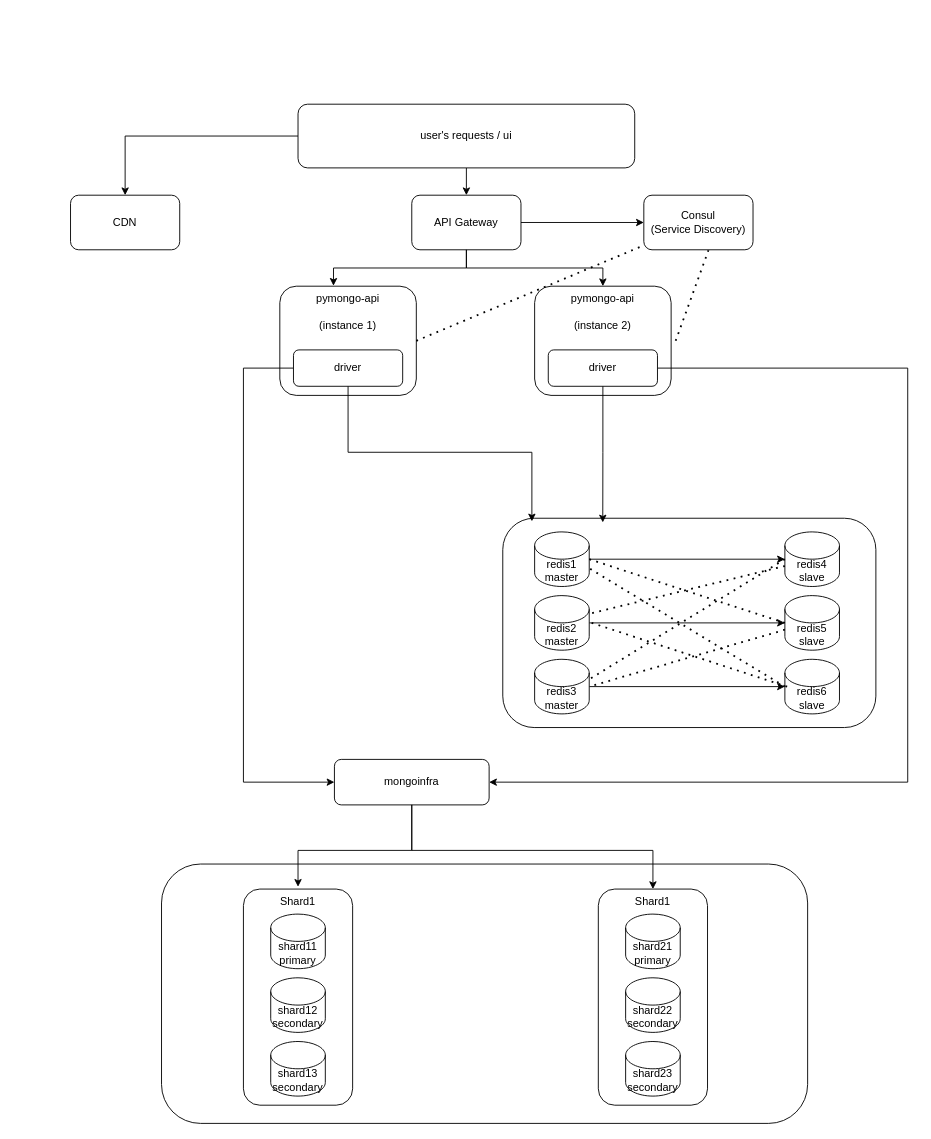
Above: task6_schema5.drawio in evsi92/practicum-sprint-4 (draw.io), before the change. Source tidied: cells renumbered, new cells numbered last; positions are measured from the earlier drawing's top-left corner, leaving out a move shared by most shapes. Both pictures are drawn from the tidied source at 91%, with x=0, y=0 at pixel (70, 104).
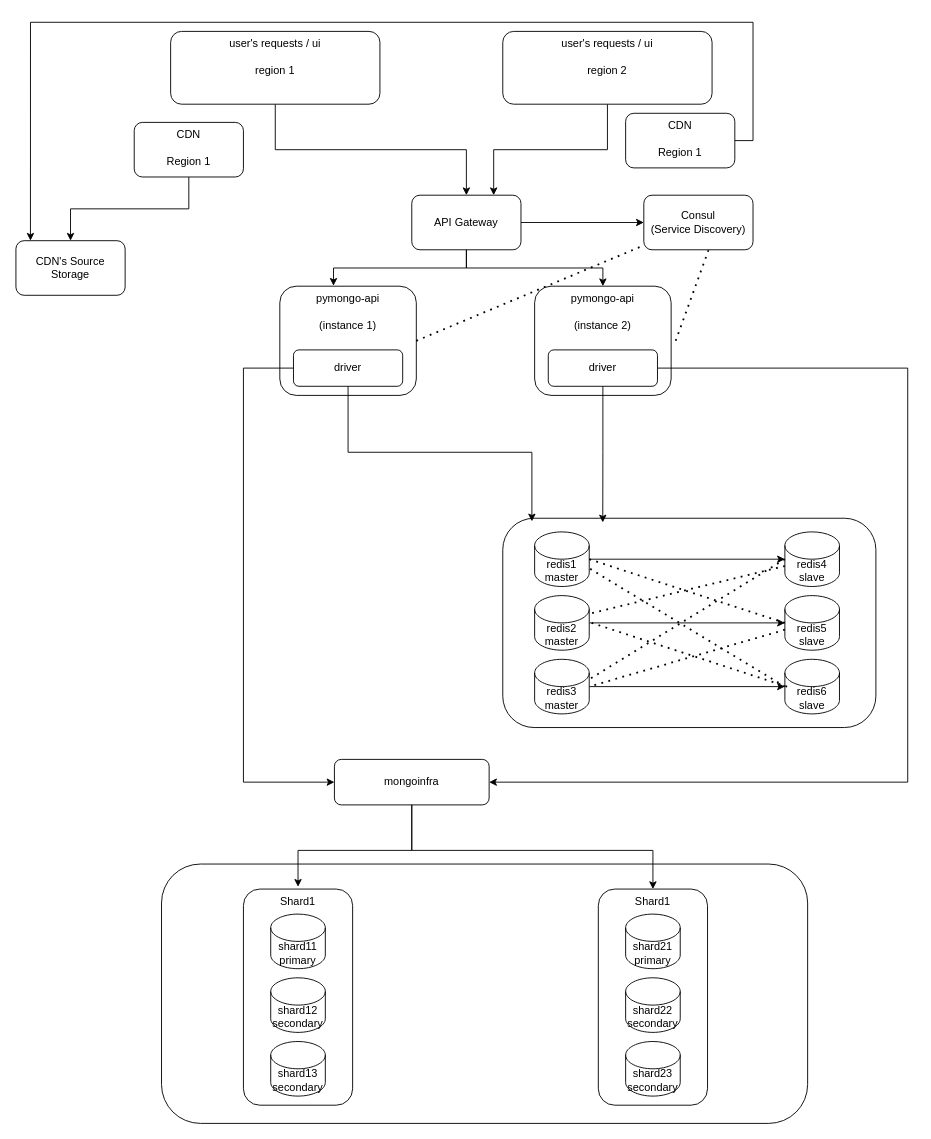
Above is the later version.

Unchanged cells that the change refers to:
```xml
<mxCell id="38" value="API Gateway" style="rounded=1;whiteSpace=wrap;html=1;" parent="1" vertex="1">
  <mxGeometry x="375" y="100" width="120" height="60" as="geometry" />
</mxCell>
```

The edit, as a diff of the source:
```diff
@@
-    <mxCell id="34" style="edgeStyle=orthogonalEdgeStyle;rounded=0;jettySize=auto;html=1;exitX=0;exitY=0.5;exitDx=0;exitDy=0;" parent="1" edge="1" source="35" target="48">
-      <mxGeometry relative="1" as="geometry" />
-    </mxCell>
-    <mxCell id="35" value="user's requests / ui" style="rounded=1;whiteSpace=wrap;html=1;" parent="1" vertex="1">
-      <mxGeometry x="250" width="370" height="70" as="geometry" />
+    <mxCell id="35" value="user's requests / ui&lt;div&gt;&lt;br&gt;&lt;/div&gt;&lt;div&gt;region 1&lt;/div&gt;" style="rounded=1;whiteSpace=wrap;html=1;verticalAlign=top;" parent="1" vertex="1">
+      <mxGeometry x="110" y="-80" width="230" height="80" as="geometry" />
     </mxCell>
@@
+    <mxCell id="49" style="edgeStyle=orthogonalEdgeStyle;rounded=0;jettySize=auto;html=1;exitX=0.5;exitY=1;exitDx=0;exitDy=0;" parent="1" edge="1" source="48" target="53">
+      <mxGeometry relative="1" as="geometry" />
+    </mxCell>
-    <mxCell id="48" value="CDN" style="rounded=1;whiteSpace=wrap;html=1;" parent="1" vertex="1">
-      <mxGeometry y="100" width="120" height="60" as="geometry" />
+    <mxCell id="48" value="CDN&lt;div&gt;&lt;br&gt;&lt;/div&gt;&lt;div&gt;Region 1&lt;/div&gt;" style="rounded=1;whiteSpace=wrap;html=1;verticalAlign=top;" parent="1" vertex="1">
+      <mxGeometry x="70" y="20" width="120" height="60" as="geometry" />
     </mxCell>
+    <mxCell id="50" style="edgeStyle=orthogonalEdgeStyle;rounded=0;jettySize=auto;html=1;entryX=0.75;entryY=0;entryDx=0;entryDy=0;" parent="1" edge="1" source="51" target="38">
+      <mxGeometry relative="1" as="geometry" />
+    </mxCell>
+    <mxCell id="51" value="user's requests / ui&lt;div&gt;&lt;br&gt;&lt;/div&gt;&lt;div&gt;region 2&lt;/div&gt;" style="rounded=1;whiteSpace=wrap;html=1;verticalAlign=top;" parent="1" vertex="1">
+      <mxGeometry x="475" y="-80" width="230" height="80" as="geometry" />
+    </mxCell>
+    <mxCell id="52" value="CDN&lt;div&gt;&lt;br&gt;&lt;/div&gt;&lt;div&gt;Region 1&lt;/div&gt;" style="rounded=1;whiteSpace=wrap;html=1;verticalAlign=top;" parent="1" vertex="1">
+      <mxGeometry x="610" y="10" width="120" height="60" as="geometry" />
+    </mxCell>
+    <mxCell id="53" value="CDN's Source Storage" style="rounded=1;whiteSpace=wrap;html=1;" parent="1" vertex="1">
+      <mxGeometry x="-60" y="150" width="120" height="60" as="geometry" />
+    </mxCell>
+    <mxCell id="54" style="edgeStyle=orthogonalEdgeStyle;rounded=0;jettySize=auto;html=1;exitX=1;exitY=0.5;exitDx=0;exitDy=0;entryX=0.133;entryY=0;entryDx=0;entryDy=0;entryPerimeter=0;" parent="1" edge="1" source="52" target="53">
+      <mxGeometry relative="1" as="geometry">
+        <Array as="points">
+          <mxPoint x="750" y="40" />
+          <mxPoint x="750" y="-90" />
+          <mxPoint x="-44" y="-90" />
+        </Array>
+      </mxGeometry>
+    </mxCell>
```
